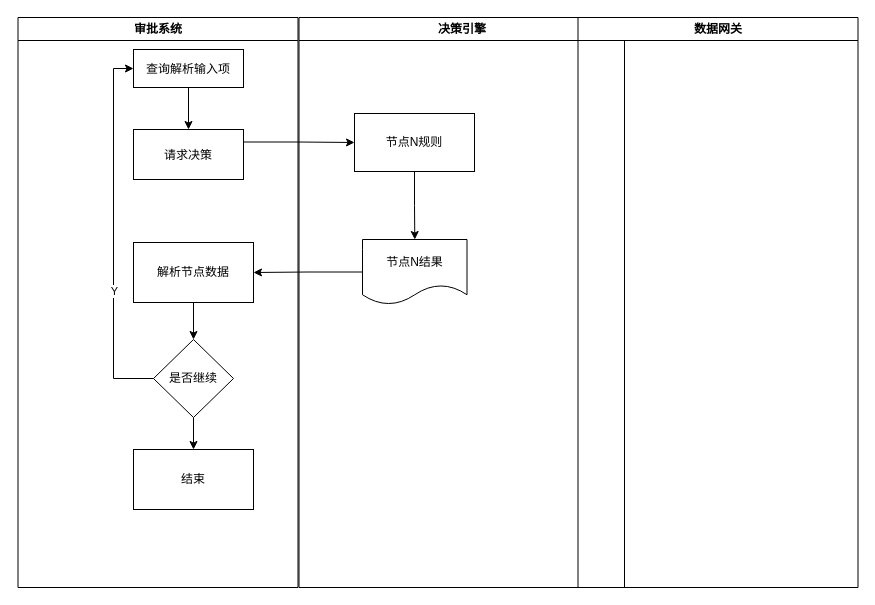
Before: page "Page-1" (1 of 2) of Untitled Diagram.drawio in xiaoxiaoxiong1/netty-demo, a draw.io diagram. Source tidied: cells renumbered, new cells numbered last; positions are measured from the earlier drawing's top-left corner, leaving out a move shared by most shapes. Both pictures are drawn from the tidied source at 100%, with x=0, y=0 at pixel (17, 17).
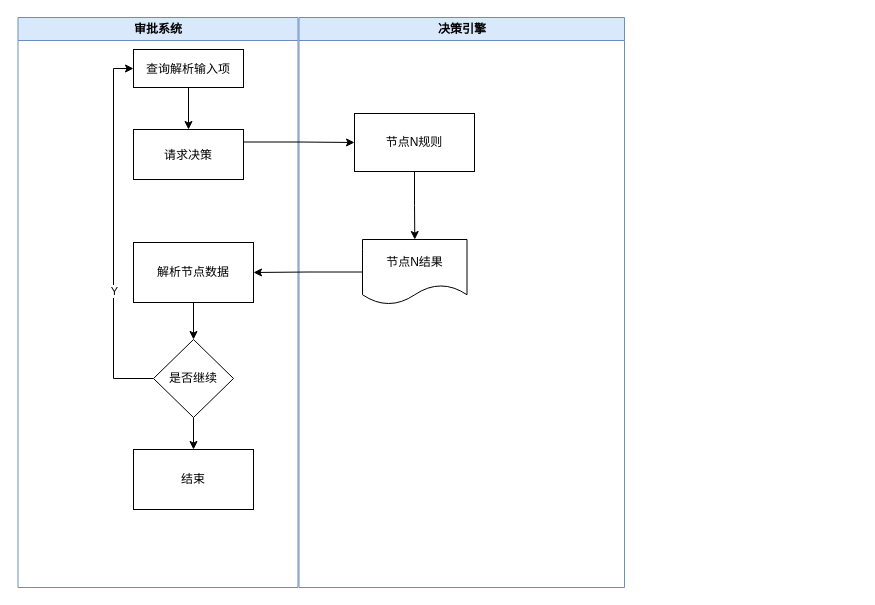
Above is the later version.

The edit, as a diff of the source:
```diff
@@
 <mxGraphModel>
   <root>
     <mxCell id="0" />
     <mxCell id="1" parent="0" />
-    <mxCell id="2" value="审批系统" style="swimlane;whiteSpace=wrap;" parent="1" vertex="1">
+    <mxCell id="2" value="审批系统" style="swimlane;whiteSpace=wrap;spacing=2;fillColor=#dae8fc;strokeColor=#6c8ebf;" parent="1" vertex="1">
       <mxGeometry x="0.5" width="280" height="570" as="geometry" />
     </mxCell>
     <mxCell id="3" value="请求决策" parent="2" vertex="1">
       <mxGeometry x="115.5" y="112" width="110" height="50" as="geometry" />
     </mxCell>
     <mxCell id="4" style="edgeStyle=orthogonalEdgeStyle;rounded=0;jettySize=auto;html=1;exitX=0.5;exitY=1;exitDx=0;exitDy=0;entryX=0.5;entryY=0;entryDx=0;entryDy=0;" parent="2" edge="1" source="5" target="9">
       <mxGeometry relative="1" as="geometry" />
     </mxCell>
     <mxCell id="5" value="解析节点数据" style="whiteSpace=wrap;html=1;rounded=0;" parent="2" vertex="1">
       <mxGeometry x="115.5" y="225" width="120" height="60" as="geometry" />
     </mxCell>
     <mxCell id="6" style="edgeStyle=orthogonalEdgeStyle;rounded=0;jettySize=auto;html=1;exitX=0;exitY=0.5;exitDx=0;exitDy=0;entryX=0;entryY=0.5;entryDx=0;entryDy=0;" parent="2" edge="1" source="9" target="11">
       <mxGeometry relative="1" as="geometry" />
     </mxCell>
     <mxCell id="7" value="Y" style="edgeLabel;html=1;align=center;verticalAlign=middle;" parent="6" vertex="1">
       <mxGeometry x="-0.31" relative="1" as="geometry" />
     </mxCell>
     <mxCell id="8" style="edgeStyle=orthogonalEdgeStyle;rounded=0;jettySize=auto;html=1;entryX=0.5;entryY=0;entryDx=0;entryDy=0;" parent="2" edge="1" source="9" target="12">
       <mxGeometry relative="1" as="geometry" />
     </mxCell>
     <mxCell id="9" value="是否继续" style="rhombus;whiteSpace=wrap;html=1;" parent="2" vertex="1">
       <mxGeometry x="135.5" y="322" width="80" height="78" as="geometry" />
     </mxCell>
     <mxCell id="10" style="edgeStyle=orthogonalEdgeStyle;rounded=0;jettySize=auto;html=1;exitX=0.5;exitY=1;exitDx=0;exitDy=0;entryX=0.5;entryY=0;entryDx=0;entryDy=0;" parent="2" edge="1" source="11" target="3">
       <mxGeometry relative="1" as="geometry" />
     </mxCell>
     <mxCell id="11" value="查询解析输入项" parent="2" vertex="1">
       <mxGeometry x="115.5" y="32" width="110" height="38" as="geometry" />
     </mxCell>
     <mxCell id="12" value="结束" style="whiteSpace=wrap;html=1;rounded=0;" parent="2" vertex="1">
       <mxGeometry x="115.5" y="432" width="120" height="60" as="geometry" />
     </mxCell>
-    <mxCell id="13" value="决策引擎" style="swimlane;whiteSpace=wrap;startSize=23;" parent="1" vertex="1">
+    <mxCell id="13" value="决策引擎" style="swimlane;whiteSpace=wrap;startSize=23;fillColor=#dae8fc;strokeColor=#6c8ebf;" parent="1" vertex="1">
       <mxGeometry x="281.5" width="325.5" height="570" as="geometry" />
     </mxCell>
     <mxCell id="14" value="节点N规则" style="rounded=0;whiteSpace=wrap;html=1;" parent="13" vertex="1">
       <mxGeometry x="55.5" y="96" width="120" height="58" as="geometry" />
     </mxCell>
     <mxCell id="15" value="节点N结果" style="shape=document;whiteSpace=wrap;html=1;boundedLbl=1;rounded=0;" parent="13" vertex="1">
       <mxGeometry x="63.5" y="222" width="104.5" height="65" as="geometry" />
     </mxCell>
     <mxCell id="16" style="edgeStyle=orthogonalEdgeStyle;rounded=0;jettySize=auto;html=1;" parent="13" edge="1" source="14" target="15">
       <mxGeometry relative="1" as="geometry" />
     </mxCell>
-    <mxCell id="17" value="数据网关" style="swimlane;whiteSpace=wrap;startSize=23;" parent="1" vertex="1">
-      <mxGeometry x="560.5" width="280" height="570" as="geometry" />
-    </mxCell>
     <mxCell id="18" style="edgeStyle=orthogonalEdgeStyle;rounded=0;jettySize=auto;html=1;exitX=1;exitY=0.25;exitDx=0;exitDy=0;entryX=0;entryY=0.5;entryDx=0;entryDy=0;" parent="1" edge="1" source="3" target="14">
       <mxGeometry relative="1" as="geometry" />
     </mxCell>
     <mxCell id="19" style="edgeStyle=orthogonalEdgeStyle;rounded=0;jettySize=auto;html=1;" parent="1" edge="1" source="15" target="5">
       <mxGeometry relative="1" as="geometry" />
     </mxCell>
   </root>
 </mxGraphModel>
```
